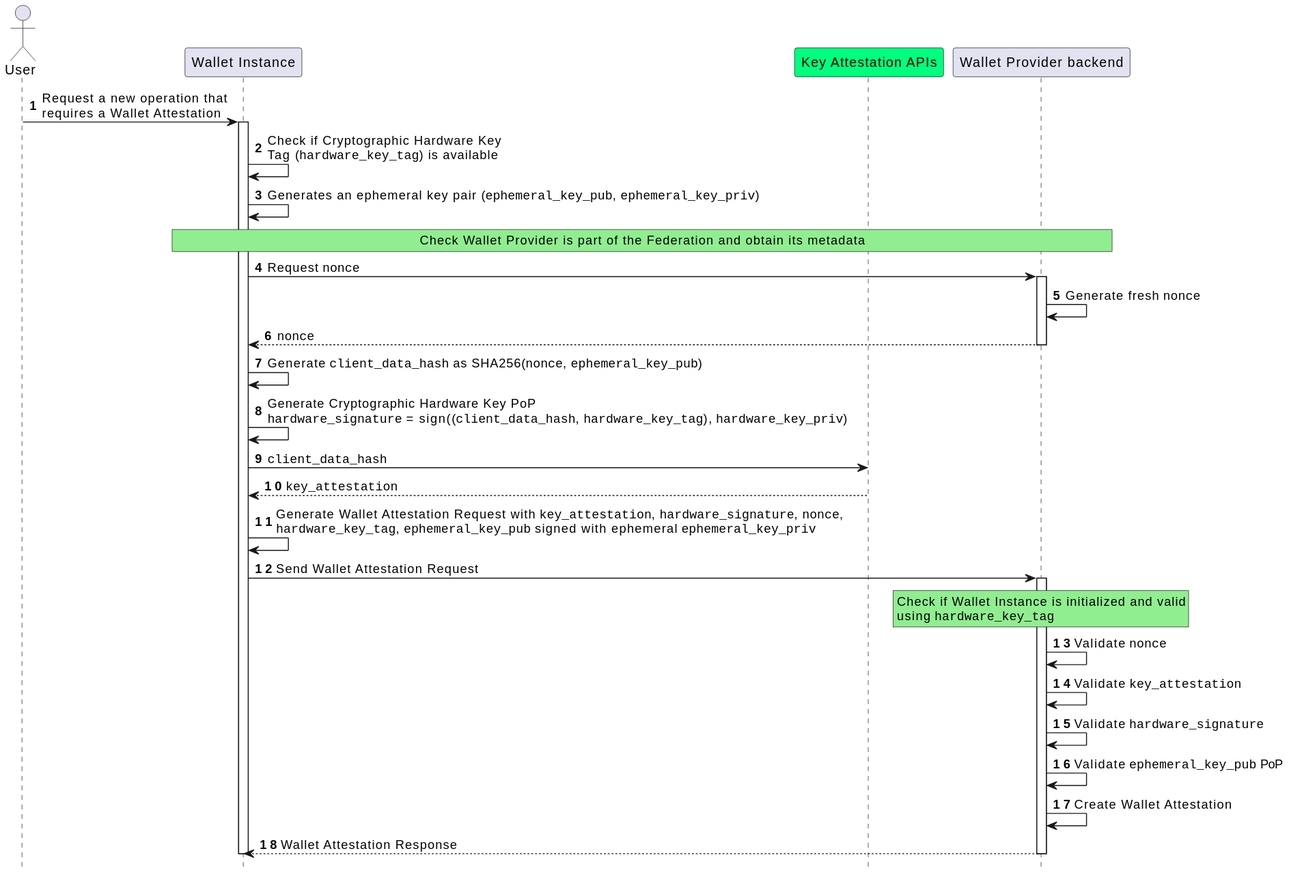
Above: images/wallet_instance_acquisition.svg in fmarino-ipzs/eid-it-wallet-docs (PlantUML), before the change.
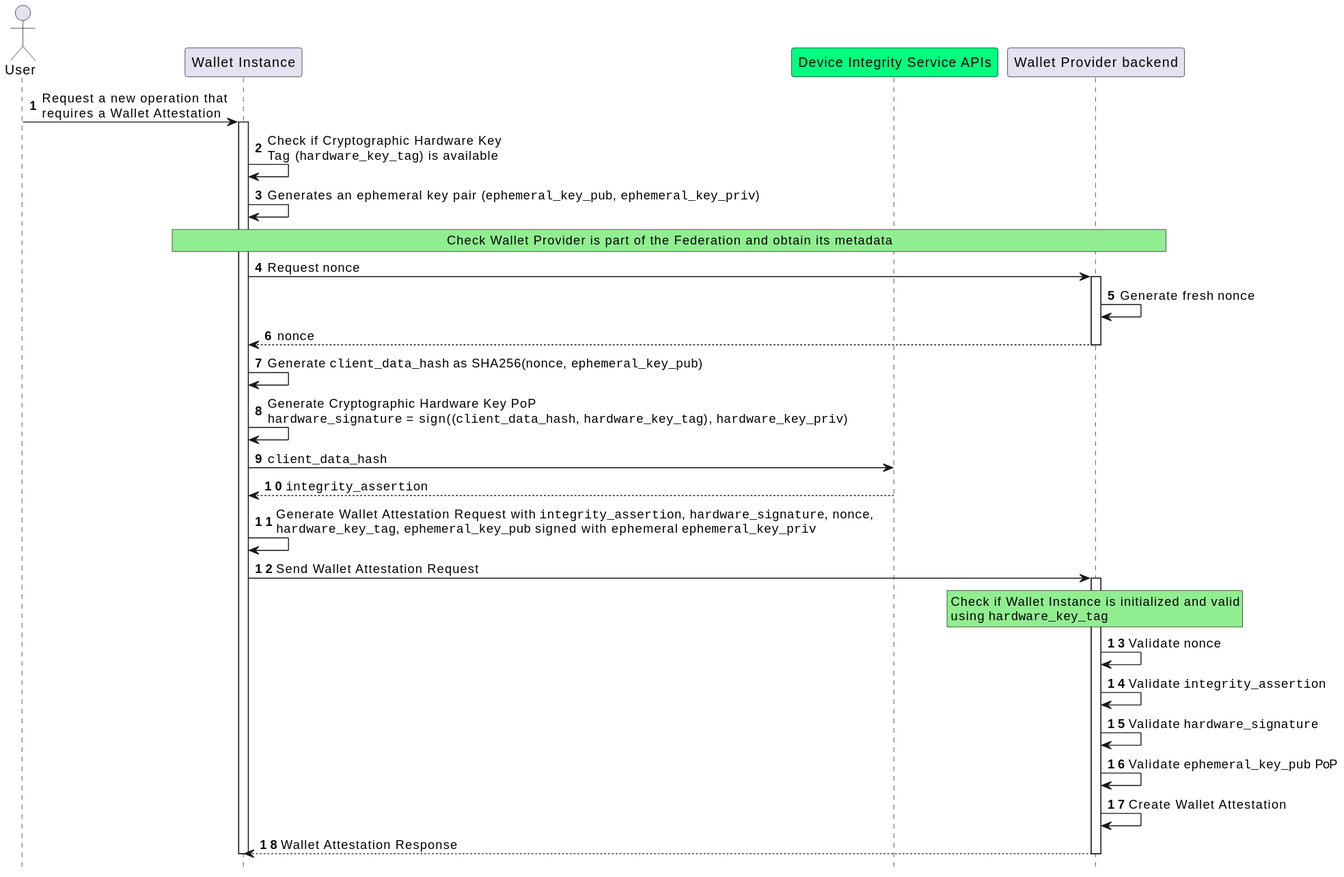
Above is the later version.

Commit message:
fix: Restore integrity_assertion params

What changed in the source:
```diff
@@ -4,7 +4,7 @@
 
 actor "User" as user
 participant "Wallet Instance" as app
-participant "Key Attestation APIs" as aats #springgreen
+participant "Device Integrity Service APIs" as aats #springgreen
 participant "Wallet Provider backend" as bck
 
 
@@ -35,9 +35,9 @@
 app->app: Generate Cryptographic Hardware Key PoP\n""hardware_signature"" = sign((""client_data_hash"", ""hardware_key_tag""), ""hardware_key_priv"")
 
 app->aats: ""client_data_hash""
-aats-->app: ""key_attestation""
+aats-->app: ""integrity_assertion""
 
-app->app: Generate Wallet Attestation Request with ""key_attestation"", ""hardware_signature"", ""nonce"",\n""hardware_key_tag"", ""ephemeral_key_pub"" signed with ephemeral ""ephemeral_key_priv""
+app->app: Generate Wallet Attestation Request with ""integrity_assertion"", ""hardware_signature"", ""nonce"",\n""hardware_key_tag"", ""ephemeral_key_pub"" signed with ephemeral ""ephemeral_key_priv""
 app->bck: Send Wallet Attestation Request
 activate bck
 rnote over bck,bck #LIGHTGREEN
@@ -45,7 +45,7 @@
 using ""hardware_key_tag""
 endrnote
 bck->bck: Validate ""nonce""
-bck->bck: Validate ""key_attestation""
+bck->bck: Validate ""integrity_assertion""
 bck->bck: Validate ""hardware_signature""
 bck->bck: Validate ""ephemeral_key_pub"" PoP
 bck->bck: Create Wallet Attestation
```
